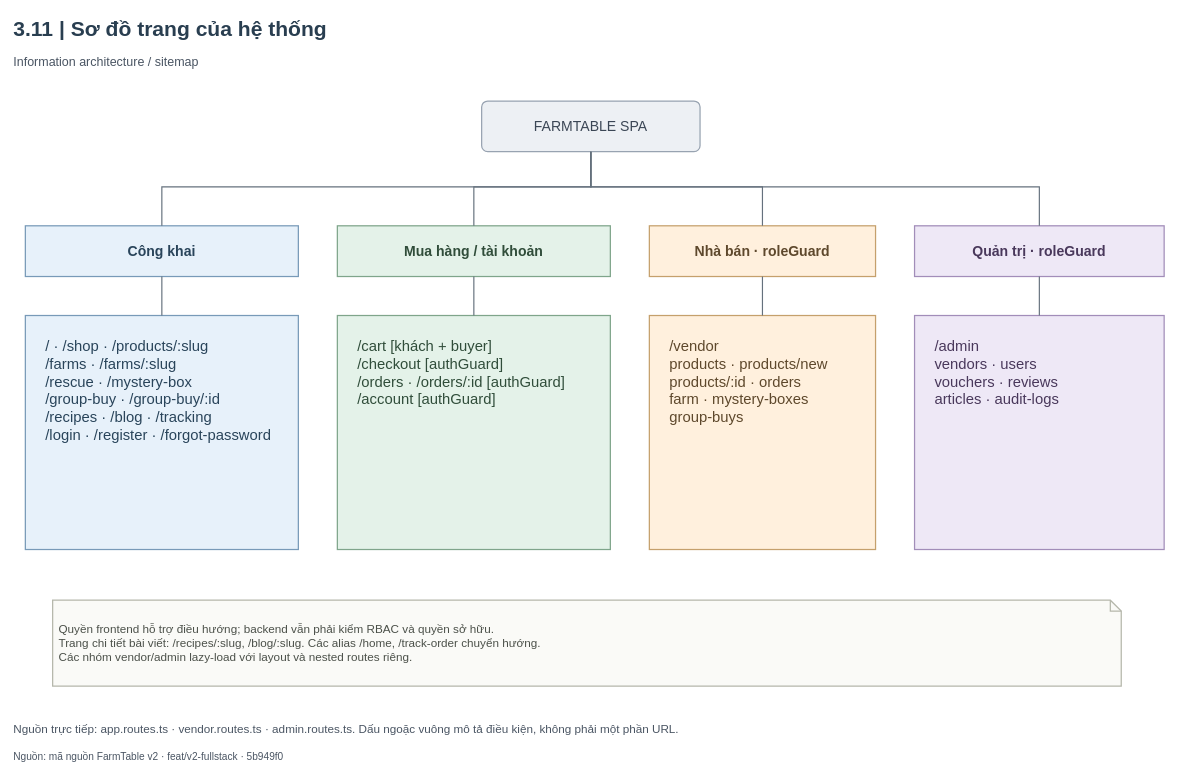
This is FarmTable_Chuong3/So_do_BA/drawio/Hinh_3_11.drawio from hathu1272006-eng/PTWnangcao, a draw.io file, before an edit. Source tidied: cells renumbered, new cells numbered last; positions are measured from the earlier drawing's top-left corner, leaving out a move shared by most shapes. Both pictures are drawn from the tidied source at 78%, with x=0, y=0 at pixel (13, 13).
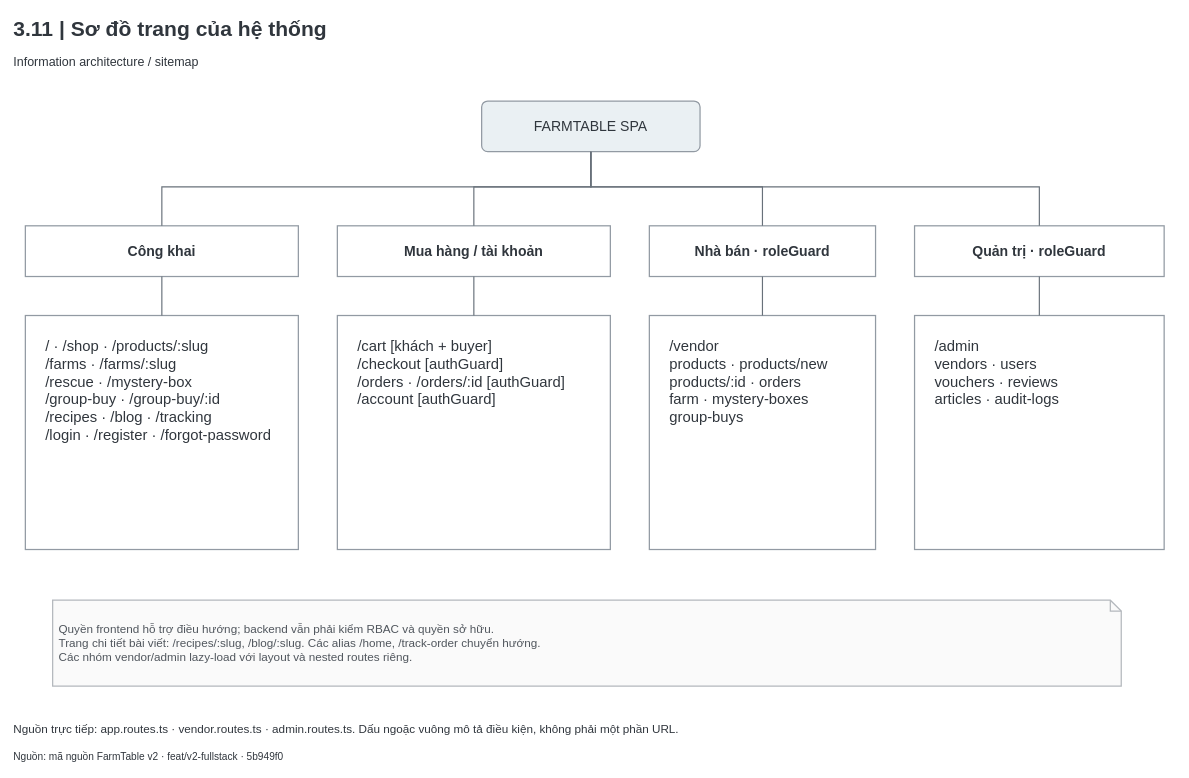
After the change.

The edit, as a diff of the source:
```diff
@@
-    <mxCell id="2" value="3.11  |  Sơ đồ trang của hệ thống" style="html=1;whiteSpace=wrap;fontFamily=Arial;fontSize=18;strokeColor=#245C47;strokeWidth=1.6;fillColor=#FFFFFF;spacing=8;text;strokeColor=none;fillColor=none;align=left;verticalAlign=middle;fontSize=27;fontStyle=1;spacing=0;fontColor=#293E50;" parent="1" vertex="1">
+    <mxCell id="2" value="3.11  |  Sơ đồ trang của hệ thống" style="html=1;whiteSpace=wrap;fontFamily=Arial;fontSize=18;strokeColor=#245C47;strokeWidth=1.6;fillColor=#FFFFFF;spacing=8;text;strokeColor=none;fillColor=none;align=left;verticalAlign=middle;fontSize=27;fontStyle=1;spacing=0;fontColor=#30363D;" parent="1" vertex="1">
       <mxGeometry width="1490" height="40" as="geometry" />
     </mxCell>
-    <mxCell id="3" value="Information architecture / sitemap" style="html=1;whiteSpace=wrap;fontFamily=Arial;fontSize=18;strokeColor=#245C47;strokeWidth=1.6;fillColor=#FFFFFF;spacing=8;text;strokeColor=none;fillColor=none;align=left;verticalAlign=middle;fontSize=16;fontStyle=0;spacing=0;fontColor=#4A5563;" parent="1" vertex="1">
+    <mxCell id="3" value="Information architecture / sitemap" style="html=1;whiteSpace=wrap;fontFamily=Arial;fontSize=18;strokeColor=#245C47;strokeWidth=1.6;fillColor=#FFFFFF;spacing=8;text;strokeColor=none;fillColor=none;align=left;verticalAlign=middle;fontSize=16;fontStyle=0;spacing=0;fontColor=#30363D;" parent="1" vertex="1">
       <mxGeometry y="47" width="1490" height="28" as="geometry" />
     </mxCell>
-    <mxCell id="4" value="FARMTABLE SPA" style="html=1;whiteSpace=wrap;fontFamily=Arial;fontSize=18;strokeWidth=1.6;spacing=8;rounded=1;arcSize=12;fillColor=#EDF0F4;strokeColor=#98A3B1;fontColor=#3B4655;" parent="1" vertex="1">
+    <mxCell id="4" value="FARMTABLE SPA" style="html=1;whiteSpace=wrap;fontFamily=Arial;fontSize=18;strokeWidth=1.6;spacing=8;rounded=1;arcSize=12;fillColor=#EAF0F3;strokeColor=#929AA3;fontColor=#30363D;" parent="1" vertex="1">
       <mxGeometry x="600" y="112" width="280" height="65" as="geometry" />
     </mxCell>
-    <mxCell id="5" value="Công khai" style="html=1;whiteSpace=wrap;fontFamily=Arial;fontSize=18;strokeWidth=1.6;spacing=8;rounded=0;fontStyle=1;fillColor=#E7F1FA;strokeColor=#789AB8;fontColor=#29445A;" parent="1" vertex="1">
+    <mxCell id="5" value="Công khai" style="html=1;whiteSpace=wrap;fontFamily=Arial;fontSize=18;strokeWidth=1.6;spacing=8;rounded=0;fontStyle=1;fillColor=#FFFFFF;strokeColor=#929AA3;fontColor=#30363D;" parent="1" vertex="1">
       <mxGeometry x="15" y="272" width="350" height="65" as="geometry" />
     </mxCell>
-    <mxCell id="6" style="edgeStyle=orthogonalEdgeStyle;rounded=0;jettySize=20;html=1;fontFamily=Arial;fontSize=15;labelBackgroundColor=#FFFFFF;strokeWidth=1.5;endArrow=block;endFill=1;endArrow=none;startArrow=none;exitX=0.5;exitY=1;entryX=0.5;entryY=0;exitDx=0;exitDy=0;entryDx=0;entryDy=0;strokeColor=#65717D;fontColor=#364152;" parent="1" edge="1" source="4" target="5">
+    <mxCell id="6" style="edgeStyle=orthogonalEdgeStyle;rounded=0;jettySize=20;html=1;fontFamily=Arial;fontSize=15;labelBackgroundColor=#FFFFFF;strokeWidth=1.5;endArrow=block;endFill=1;endArrow=none;startArrow=none;exitX=0.5;exitY=1;entryX=0.5;entryY=0;exitDx=0;exitDy=0;entryDx=0;entryDy=0;strokeColor=#68717A;fontColor=#30363D;" parent="1" edge="1" source="4" target="5">
       <mxGeometry relative="1" as="geometry">
         <Array as="points">
           <mxPoint x="740" y="222" />
           <mxPoint x="190" y="222" />
         </Array>
       </mxGeometry>
     </mxCell>
-    <mxCell id="7" value="Mua hàng / tài khoản" style="html=1;whiteSpace=wrap;fontFamily=Arial;fontSize=18;strokeWidth=1.6;spacing=8;rounded=0;fontStyle=1;fillColor=#E4F2E9;strokeColor=#7FA58B;fontColor=#304D3A;" parent="1" vertex="1">
+    <mxCell id="7" value="Mua hàng / tài khoản" style="html=1;whiteSpace=wrap;fontFamily=Arial;fontSize=18;strokeWidth=1.6;spacing=8;rounded=0;fontStyle=1;fillColor=#FFFFFF;strokeColor=#929AA3;fontColor=#30363D;" parent="1" vertex="1">
       <mxGeometry x="415" y="272" width="350" height="65" as="geometry" />
     </mxCell>
-    <mxCell id="8" style="edgeStyle=orthogonalEdgeStyle;rounded=0;jettySize=20;html=1;fontFamily=Arial;fontSize=15;labelBackgroundColor=#FFFFFF;strokeWidth=1.5;endArrow=block;endFill=1;endArrow=none;startArrow=none;exitX=0.5;exitY=1;entryX=0.5;entryY=0;exitDx=0;exitDy=0;entryDx=0;entryDy=0;strokeColor=#65717D;fontColor=#364152;" parent="1" edge="1" source="4" target="7">
+    <mxCell id="8" style="edgeStyle=orthogonalEdgeStyle;rounded=0;jettySize=20;html=1;fontFamily=Arial;fontSize=15;labelBackgroundColor=#FFFFFF;strokeWidth=1.5;endArrow=block;endFill=1;endArrow=none;startArrow=none;exitX=0.5;exitY=1;entryX=0.5;entryY=0;exitDx=0;exitDy=0;entryDx=0;entryDy=0;strokeColor=#68717A;fontColor=#30363D;" parent="1" edge="1" source="4" target="7">
       <mxGeometry relative="1" as="geometry">
         <Array as="points">
           <mxPoint x="740" y="222" />
           <mxPoint x="590" y="222" />
         </Array>
       </mxGeometry>
     </mxCell>
-    <mxCell id="9" value="Nhà bán · roleGuard" style="html=1;whiteSpace=wrap;fontFamily=Arial;fontSize=18;strokeWidth=1.6;spacing=8;rounded=0;fontStyle=1;fillColor=#FFF0DD;strokeColor=#C5A06C;fontColor=#5E482C;" parent="1" vertex="1">
+    <mxCell id="9" value="Nhà bán · roleGuard" style="html=1;whiteSpace=wrap;fontFamily=Arial;fontSize=18;strokeWidth=1.6;spacing=8;rounded=0;fontStyle=1;fillColor=#FFFFFF;strokeColor=#929AA3;fontColor=#30363D;" parent="1" vertex="1">
       <mxGeometry x="815" y="272" width="290" height="65" as="geometry" />
     </mxCell>
-    <mxCell id="10" style="edgeStyle=orthogonalEdgeStyle;rounded=0;jettySize=20;html=1;fontFamily=Arial;fontSize=15;labelBackgroundColor=#FFFFFF;strokeWidth=1.5;endArrow=block;endFill=1;endArrow=none;startArrow=none;exitX=0.5;exitY=1;entryX=0.5;entryY=0;exitDx=0;exitDy=0;entryDx=0;entryDy=0;strokeColor=#65717D;fontColor=#364152;" parent="1" edge="1" source="4" target="9">
+    <mxCell id="10" style="edgeStyle=orthogonalEdgeStyle;rounded=0;jettySize=20;html=1;fontFamily=Arial;fontSize=15;labelBackgroundColor=#FFFFFF;strokeWidth=1.5;endArrow=block;endFill=1;endArrow=none;startArrow=none;exitX=0.5;exitY=1;entryX=0.5;entryY=0;exitDx=0;exitDy=0;entryDx=0;entryDy=0;strokeColor=#68717A;fontColor=#30363D;" parent="1" edge="1" source="4" target="9">
       <mxGeometry relative="1" as="geometry">
         <Array as="points">
           <mxPoint x="740" y="222" />
           <mxPoint x="960" y="222" />
         </Array>
       </mxGeometry>
     </mxCell>
-    <mxCell id="11" value="Quản trị · roleGuard" style="html=1;whiteSpace=wrap;fontFamily=Arial;fontSize=18;strokeWidth=1.6;spacing=8;rounded=0;fontStyle=1;fillColor=#EEE8F6;strokeColor=#A28DB9;fontColor=#49385B;" parent="1" vertex="1">
+    <mxCell id="11" value="Quản trị · roleGuard" style="html=1;whiteSpace=wrap;fontFamily=Arial;fontSize=18;strokeWidth=1.6;spacing=8;rounded=0;fontStyle=1;fillColor=#FFFFFF;strokeColor=#929AA3;fontColor=#30363D;" parent="1" vertex="1">
       <mxGeometry x="1155" y="272" width="320" height="65" as="geometry" />
     </mxCell>
-    <mxCell id="12" style="edgeStyle=orthogonalEdgeStyle;rounded=0;jettySize=20;html=1;fontFamily=Arial;fontSize=15;labelBackgroundColor=#FFFFFF;strokeWidth=1.5;endArrow=block;endFill=1;endArrow=none;startArrow=none;exitX=0.5;exitY=1;entryX=0.5;entryY=0;exitDx=0;exitDy=0;entryDx=0;entryDy=0;strokeColor=#65717D;fontColor=#364152;" parent="1" edge="1" source="4" target="11">
+    <mxCell id="12" style="edgeStyle=orthogonalEdgeStyle;rounded=0;jettySize=20;html=1;fontFamily=Arial;fontSize=15;labelBackgroundColor=#FFFFFF;strokeWidth=1.5;endArrow=block;endFill=1;endArrow=none;startArrow=none;exitX=0.5;exitY=1;entryX=0.5;entryY=0;exitDx=0;exitDy=0;entryDx=0;entryDy=0;strokeColor=#68717A;fontColor=#30363D;" parent="1" edge="1" source="4" target="11">
       <mxGeometry relative="1" as="geometry">
         <Array as="points">
           <mxPoint x="740" y="222" />
           <mxPoint x="1315" y="222" />
         </Array>
       </mxGeometry>
     </mxCell>
-    <mxCell id="13" value="/ · /shop · /products/:slug&lt;br/&gt;/farms · /farms/:slug&lt;br/&gt;/rescue · /mystery-box&lt;br/&gt;/group-buy · /group-buy/:id&lt;br/&gt;/recipes · /blog · /tracking&lt;br/&gt;/login · /register · /forgot-password" style="html=1;whiteSpace=wrap;fontFamily=Arial;fontSize=18;strokeWidth=1.6;spacing=8;rounded=0;align=left;spacingLeft=18;fontSize=19;verticalAlign=top;spacingTop=16;fillColor=#E7F1FA;strokeColor=#789AB8;fontColor=#29445A;" parent="1" vertex="1">
+    <mxCell id="13" value="/ · /shop · /products/:slug&lt;br/&gt;/farms · /farms/:slug&lt;br/&gt;/rescue · /mystery-box&lt;br/&gt;/group-buy · /group-buy/:id&lt;br/&gt;/recipes · /blog · /tracking&lt;br/&gt;/login · /register · /forgot-password" style="html=1;whiteSpace=wrap;fontFamily=Arial;fontSize=18;strokeWidth=1.6;spacing=8;rounded=0;align=left;spacingLeft=18;fontSize=19;verticalAlign=top;spacingTop=16;fillColor=#FFFFFF;strokeColor=#929AA3;fontColor=#30363D;" parent="1" vertex="1">
       <mxGeometry x="15" y="387" width="350" height="300" as="geometry" />
     </mxCell>
-    <mxCell id="14" style="edgeStyle=orthogonalEdgeStyle;rounded=0;jettySize=20;html=1;fontFamily=Arial;fontSize=15;labelBackgroundColor=#FFFFFF;strokeWidth=1.5;endArrow=block;endFill=1;endArrow=none;startArrow=none;exitX=0.5;exitY=1;entryX=0.5;entryY=0;exitDx=0;exitDy=0;entryDx=0;entryDy=0;strokeColor=#65717D;fontColor=#364152;" parent="1" edge="1" source="5" target="13">
+    <mxCell id="14" style="edgeStyle=orthogonalEdgeStyle;rounded=0;jettySize=20;html=1;fontFamily=Arial;fontSize=15;labelBackgroundColor=#FFFFFF;strokeWidth=1.5;endArrow=block;endFill=1;endArrow=none;startArrow=none;exitX=0.5;exitY=1;entryX=0.5;entryY=0;exitDx=0;exitDy=0;entryDx=0;entryDy=0;strokeColor=#68717A;fontColor=#30363D;" parent="1" edge="1" source="5" target="13">
       <mxGeometry relative="1" as="geometry" />
     </mxCell>
-    <mxCell id="15" value="/cart [khách + buyer]&lt;br/&gt;/checkout [authGuard]&lt;br/&gt;/orders · /orders/:id [authGuard]&lt;br/&gt;/account [authGuard]" style="html=1;whiteSpace=wrap;fontFamily=Arial;fontSize=18;strokeWidth=1.6;spacing=8;rounded=0;align=left;spacingLeft=18;fontSize=19;verticalAlign=top;spacingTop=16;fillColor=#E4F2E9;strokeColor=#7FA58B;fontColor=#304D3A;" parent="1" vertex="1">
+    <mxCell id="15" value="/cart [khách + buyer]&lt;br/&gt;/checkout [authGuard]&lt;br/&gt;/orders · /orders/:id [authGuard]&lt;br/&gt;/account [authGuard]" style="html=1;whiteSpace=wrap;fontFamily=Arial;fontSize=18;strokeWidth=1.6;spacing=8;rounded=0;align=left;spacingLeft=18;fontSize=19;verticalAlign=top;spacingTop=16;fillColor=#FFFFFF;strokeColor=#929AA3;fontColor=#30363D;" parent="1" vertex="1">
       <mxGeometry x="415" y="387" width="350" height="300" as="geometry" />
     </mxCell>
-    <mxCell id="16" style="edgeStyle=orthogonalEdgeStyle;rounded=0;jettySize=20;html=1;fontFamily=Arial;fontSize=15;labelBackgroundColor=#FFFFFF;strokeWidth=1.5;endArrow=block;endFill=1;endArrow=none;startArrow=none;exitX=0.5;exitY=1;entryX=0.5;entryY=0;exitDx=0;exitDy=0;entryDx=0;entryDy=0;strokeColor=#65717D;fontColor=#364152;" parent="1" edge="1" source="7" target="15">
+    <mxCell id="16" style="edgeStyle=orthogonalEdgeStyle;rounded=0;jettySize=20;html=1;fontFamily=Arial;fontSize=15;labelBackgroundColor=#FFFFFF;strokeWidth=1.5;endArrow=block;endFill=1;endArrow=none;startArrow=none;exitX=0.5;exitY=1;entryX=0.5;entryY=0;exitDx=0;exitDy=0;entryDx=0;entryDy=0;strokeColor=#68717A;fontColor=#30363D;" parent="1" edge="1" source="7" target="15">
       <mxGeometry relative="1" as="geometry" />
     </mxCell>
-    <mxCell id="17" value="/vendor&lt;br/&gt;products · products/new&lt;br/&gt;products/:id · orders&lt;br/&gt;farm · mystery-boxes&lt;br/&gt;group-buys" style="html=1;whiteSpace=wrap;fontFamily=Arial;fontSize=18;strokeWidth=1.6;spacing=8;rounded=0;align=left;spacingLeft=18;fontSize=19;verticalAlign=top;spacingTop=16;fillColor=#FFF0DD;strokeColor=#C5A06C;fontColor=#5E482C;" parent="1" vertex="1">
+    <mxCell id="17" value="/vendor&lt;br/&gt;products · products/new&lt;br/&gt;products/:id · orders&lt;br/&gt;farm · mystery-boxes&lt;br/&gt;group-buys" style="html=1;whiteSpace=wrap;fontFamily=Arial;fontSize=18;strokeWidth=1.6;spacing=8;rounded=0;align=left;spacingLeft=18;fontSize=19;verticalAlign=top;spacingTop=16;fillColor=#FFFFFF;strokeColor=#929AA3;fontColor=#30363D;" parent="1" vertex="1">
       <mxGeometry x="815" y="387" width="290" height="300" as="geometry" />
     </mxCell>
-    <mxCell id="18" style="edgeStyle=orthogonalEdgeStyle;rounded=0;jettySize=20;html=1;fontFamily=Arial;fontSize=15;labelBackgroundColor=#FFFFFF;strokeWidth=1.5;endArrow=block;endFill=1;endArrow=none;startArrow=none;exitX=0.5;exitY=1;entryX=0.5;entryY=0;exitDx=0;exitDy=0;entryDx=0;entryDy=0;strokeColor=#65717D;fontColor=#364152;" parent="1" edge="1" source="9" target="17">
+    <mxCell id="18" style="edgeStyle=orthogonalEdgeStyle;rounded=0;jettySize=20;html=1;fontFamily=Arial;fontSize=15;labelBackgroundColor=#FFFFFF;strokeWidth=1.5;endArrow=block;endFill=1;endArrow=none;startArrow=none;exitX=0.5;exitY=1;entryX=0.5;entryY=0;exitDx=0;exitDy=0;entryDx=0;entryDy=0;strokeColor=#68717A;fontColor=#30363D;" parent="1" edge="1" source="9" target="17">
       <mxGeometry relative="1" as="geometry" />
     </mxCell>
-    <mxCell id="19" value="/admin&lt;br/&gt;vendors · users&lt;br/&gt;vouchers · reviews&lt;br/&gt;articles · audit-logs" style="html=1;whiteSpace=wrap;fontFamily=Arial;fontSize=18;strokeWidth=1.6;spacing=8;rounded=0;align=left;spacingLeft=18;fontSize=19;verticalAlign=top;spacingTop=16;fillColor=#EEE8F6;strokeColor=#A28DB9;fontColor=#49385B;" parent="1" vertex="1">
+    <mxCell id="19" value="/admin&lt;br/&gt;vendors · users&lt;br/&gt;vouchers · reviews&lt;br/&gt;articles · audit-logs" style="html=1;whiteSpace=wrap;fontFamily=Arial;fontSize=18;strokeWidth=1.6;spacing=8;rounded=0;align=left;spacingLeft=18;fontSize=19;verticalAlign=top;spacingTop=16;fillColor=#FFFFFF;strokeColor=#929AA3;fontColor=#30363D;" parent="1" vertex="1">
       <mxGeometry x="1155" y="387" width="320" height="300" as="geometry" />
     </mxCell>
-    <mxCell id="20" style="edgeStyle=orthogonalEdgeStyle;rounded=0;jettySize=20;html=1;fontFamily=Arial;fontSize=15;labelBackgroundColor=#FFFFFF;strokeWidth=1.5;endArrow=block;endFill=1;endArrow=none;startArrow=none;exitX=0.5;exitY=1;entryX=0.5;entryY=0;exitDx=0;exitDy=0;entryDx=0;entryDy=0;strokeColor=#65717D;fontColor=#364152;" parent="1" edge="1" source="11" target="19">
+    <mxCell id="20" style="edgeStyle=orthogonalEdgeStyle;rounded=0;jettySize=20;html=1;fontFamily=Arial;fontSize=15;labelBackgroundColor=#FFFFFF;strokeWidth=1.5;endArrow=block;endFill=1;endArrow=none;startArrow=none;exitX=0.5;exitY=1;entryX=0.5;entryY=0;exitDx=0;exitDy=0;entryDx=0;entryDy=0;strokeColor=#68717A;fontColor=#30363D;" parent="1" edge="1" source="11" target="19">
       <mxGeometry relative="1" as="geometry" />
     </mxCell>
-    <mxCell id="21" value="Quyền frontend hỗ trợ điều hướng; backend vẫn phải kiểm RBAC và quyền sở hữu.&lt;br/&gt;Trang chi tiết bài viết: /recipes/:slug, /blog/:slug. Các alias /home, /track-order chuyển hướng.&lt;br/&gt;Các nhóm vendor/admin lazy-load với layout và nested routes riêng." style="html=1;whiteSpace=wrap;fontFamily=Arial;fontSize=18;strokeWidth=1.6;spacing=8;shape=note;size=14;align=left;fontSize=15;fillColor=#FAFAF7;strokeColor=#B5B7AB;fontColor=#4B5049;" parent="1" vertex="1">
+    <mxCell id="21" value="Quyền frontend hỗ trợ điều hướng; backend vẫn phải kiểm RBAC và quyền sở hữu.&lt;br/&gt;Trang chi tiết bài viết: /recipes/:slug, /blog/:slug. Các alias /home, /track-order chuyển hướng.&lt;br/&gt;Các nhóm vendor/admin lazy-load với layout và nested routes riêng." style="html=1;whiteSpace=wrap;fontFamily=Arial;fontSize=18;strokeWidth=1.6;spacing=8;shape=note;size=14;align=left;fontSize=15;fillColor=#FAFAFA;strokeColor=#B4B8BD;fontColor=#50565D;" parent="1" vertex="1">
       <mxGeometry x="50" y="752" width="1370" height="110" as="geometry" />
     </mxCell>
-    <mxCell id="22" value="Nguồn trực tiếp: app.routes.ts · vendor.routes.ts · admin.routes.ts. Dấu ngoặc vuông mô tả điều kiện, không phải một phần URL." style="html=1;whiteSpace=wrap;fontFamily=Arial;fontSize=18;strokeColor=#245C47;strokeWidth=1.6;fillColor=#FFFFFF;spacing=8;text;strokeColor=none;fillColor=none;align=left;verticalAlign=middle;fontSize=15;fontStyle=0;spacing=0;fontColor=#4A5563;" parent="1" vertex="1">
+    <mxCell id="22" value="Nguồn trực tiếp: app.routes.ts · vendor.routes.ts · admin.routes.ts. Dấu ngoặc vuông mô tả điều kiện, không phải một phần URL." style="html=1;whiteSpace=wrap;fontFamily=Arial;fontSize=18;strokeColor=#245C47;strokeWidth=1.6;fillColor=#FFFFFF;spacing=8;text;strokeColor=none;fillColor=none;align=left;verticalAlign=middle;fontSize=15;fontStyle=0;spacing=0;fontColor=#30363D;" parent="1" vertex="1">
       <mxGeometry y="899" width="1490" height="35" as="geometry" />
     </mxCell>
-    <mxCell id="23" value="Nguồn: mã nguồn FarmTable v2 · feat/v2-fullstack · 5b949f0" style="html=1;whiteSpace=wrap;fontFamily=Arial;fontSize=18;strokeColor=#245C47;strokeWidth=1.6;fillColor=#FFFFFF;spacing=8;text;strokeColor=none;fillColor=none;align=left;verticalAlign=middle;fontSize=13;fontStyle=0;spacing=0;fontColor=#4A5563;" parent="1" vertex="1">
+    <mxCell id="23" value="Nguồn: mã nguồn FarmTable v2 · feat/v2-fullstack · 5b949f0" style="html=1;whiteSpace=wrap;fontFamily=Arial;fontSize=18;strokeColor=#245C47;strokeWidth=1.6;fillColor=#FFFFFF;spacing=8;text;strokeColor=none;fillColor=none;align=left;verticalAlign=middle;fontSize=13;fontStyle=0;spacing=0;fontColor=#30363D;" parent="1" vertex="1">
       <mxGeometry y="940" width="1490" height="24" as="geometry" />
     </mxCell>
```
